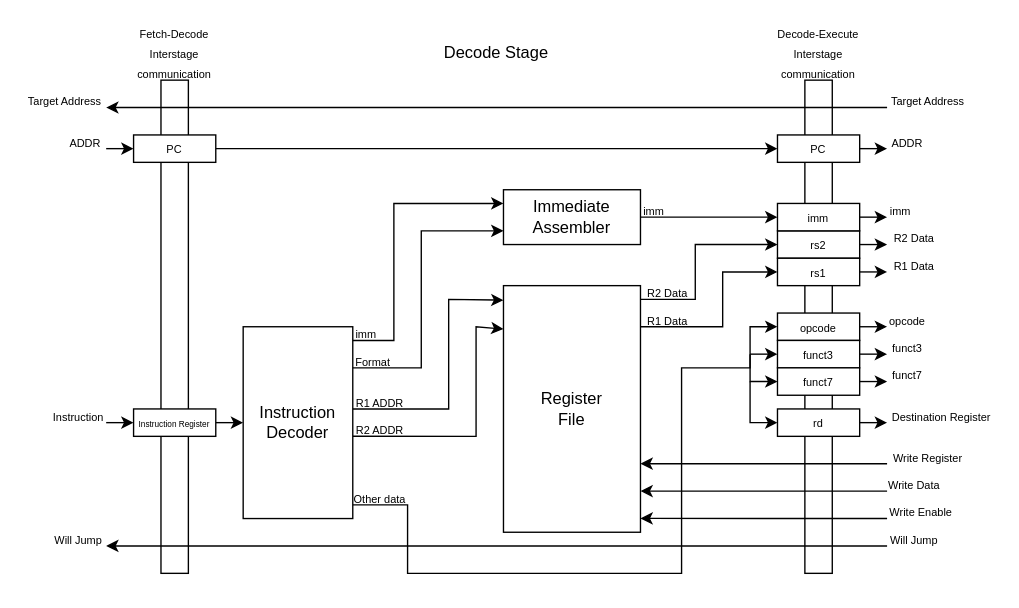
WachirawichN/C0-CPU keeps this draw.io diagram as page "Decode stage" (3 of 6) of docs/imgs/microarchitecture/multi-cycle_datapath.drawio. Above is the earlier version. Source tidied: cells renumbered, new cells numbered last; positions are measured from the earlier drawing's top-left corner, leaving out a move shared by most shapes. Both pictures are drawn from the tidied source at 137%, with x=0, y=0 at pixel (23, 25).
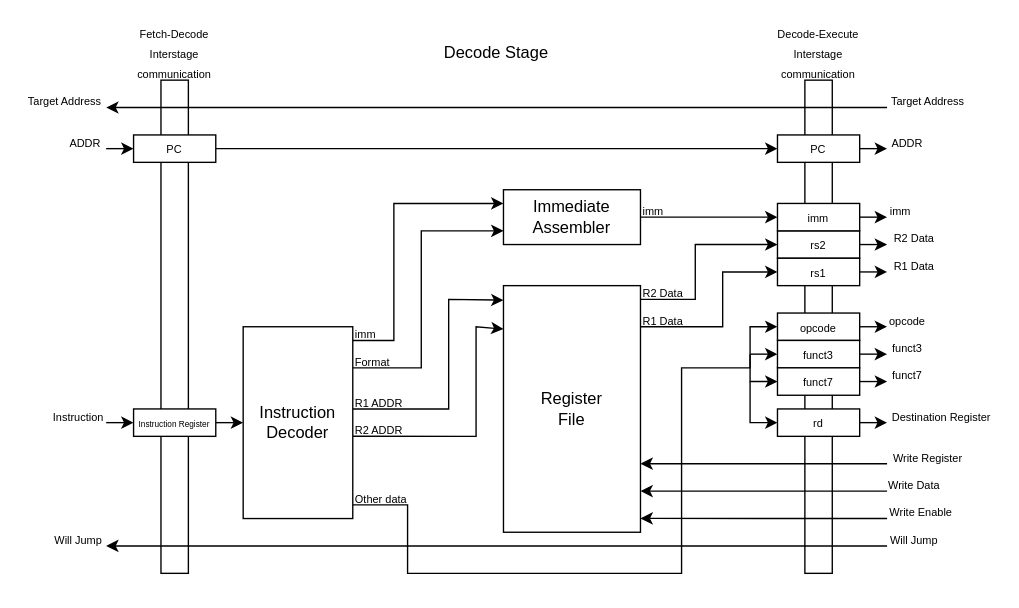
The same page after the edit.

Diff of the diagram source:
```diff
@@
-    <mxCell id="32" value="&lt;font style=&quot;font-size: 8px;&quot;&gt;imm&lt;/font&gt;" style="text;html=1;whiteSpace=wrap;strokeColor=none;fillColor=none;align=center;verticalAlign=middle;rounded=0;" parent="1" vertex="1">
+    <mxCell id="32" value="&lt;font style=&quot;font-size: 8px;&quot;&gt;imm&lt;/font&gt;" style="text;html=1;whiteSpace=wrap;strokeColor=none;fillColor=none;align=left;verticalAlign=middle;rounded=0;" parent="1" vertex="1">
       <mxGeometry x="240" y="220" width="20" height="10" as="geometry" />
     </mxCell>
-    <mxCell id="33" value="&lt;font style=&quot;font-size: 8px;&quot;&gt;Format&lt;/font&gt;" style="text;html=1;whiteSpace=wrap;strokeColor=none;fillColor=none;align=center;verticalAlign=middle;rounded=0;" parent="1" vertex="1">
+    <mxCell id="33" value="&lt;font style=&quot;font-size: 8px;&quot;&gt;Format&lt;/font&gt;" style="text;html=1;whiteSpace=wrap;strokeColor=none;fillColor=none;align=left;verticalAlign=middle;rounded=0;" parent="1" vertex="1">
       <mxGeometry x="240" y="240" width="30" height="10" as="geometry" />
     </mxCell>
@@
-    <mxCell id="36" value="&lt;font style=&quot;font-size: 8px;&quot;&gt;R1 ADDR&lt;/font&gt;" style="text;html=1;whiteSpace=wrap;strokeColor=none;fillColor=none;align=center;verticalAlign=middle;rounded=0;" parent="1" vertex="1">
+    <mxCell id="36" value="&lt;font style=&quot;font-size: 8px;&quot;&gt;R1 ADDR&lt;/font&gt;" style="text;html=1;whiteSpace=wrap;strokeColor=none;fillColor=none;align=left;verticalAlign=middle;rounded=0;" parent="1" vertex="1">
       <mxGeometry x="240" y="270" width="40" height="10" as="geometry" />
     </mxCell>
-    <mxCell id="37" value="&lt;font style=&quot;font-size: 8px;&quot;&gt;R2 ADDR&lt;/font&gt;" style="text;html=1;whiteSpace=wrap;strokeColor=none;fillColor=none;align=center;verticalAlign=middle;rounded=0;" parent="1" vertex="1">
+    <mxCell id="37" value="&lt;font style=&quot;font-size: 8px;&quot;&gt;R2 ADDR&lt;/font&gt;" style="text;html=1;whiteSpace=wrap;strokeColor=none;fillColor=none;align=left;verticalAlign=middle;rounded=0;" parent="1" vertex="1">
       <mxGeometry x="240" y="290" width="40" height="10" as="geometry" />
     </mxCell>
-    <mxCell id="38" value="&lt;font style=&quot;font-size: 8px;&quot;&gt;Other data&lt;/font&gt;" style="text;html=1;whiteSpace=wrap;strokeColor=none;fillColor=none;align=center;verticalAlign=middle;rounded=0;" parent="1" vertex="1">
+    <mxCell id="38" value="&lt;font style=&quot;font-size: 8px;&quot;&gt;Other data&lt;/font&gt;" style="text;html=1;whiteSpace=wrap;strokeColor=none;fillColor=none;align=left;verticalAlign=middle;rounded=0;" parent="1" vertex="1">
       <mxGeometry x="240" y="340" width="40" height="10" as="geometry" />
     </mxCell>
@@
-    <mxCell id="40" value="&lt;font style=&quot;font-size: 8px;&quot;&gt;imm&lt;/font&gt;" style="text;html=1;whiteSpace=wrap;strokeColor=none;fillColor=none;align=center;verticalAlign=middle;rounded=0;" parent="1" vertex="1">
+    <mxCell id="40" value="&lt;font style=&quot;font-size: 8px;&quot;&gt;imm&lt;/font&gt;" style="text;html=1;whiteSpace=wrap;strokeColor=none;fillColor=none;align=left;verticalAlign=middle;rounded=0;" parent="1" vertex="1">
       <mxGeometry x="450" y="130" width="20" height="10" as="geometry" />
     </mxCell>
@@
-    <mxCell id="42" value="&lt;font style=&quot;font-size: 8px;&quot;&gt;R1 Data&lt;/font&gt;" style="text;html=1;whiteSpace=wrap;strokeColor=none;fillColor=none;align=center;verticalAlign=middle;rounded=0;" parent="1" vertex="1">
+    <mxCell id="42" value="&lt;font style=&quot;font-size: 8px;&quot;&gt;R1 Data&lt;/font&gt;" style="text;html=1;whiteSpace=wrap;strokeColor=none;fillColor=none;align=left;verticalAlign=middle;rounded=0;" parent="1" vertex="1">
       <mxGeometry x="450" y="210" width="40" height="10" as="geometry" />
     </mxCell>
-    <mxCell id="43" value="&lt;font style=&quot;font-size: 8px;&quot;&gt;R2 Data&lt;/font&gt;" style="text;html=1;whiteSpace=wrap;strokeColor=none;fillColor=none;align=center;verticalAlign=middle;rounded=0;" parent="1" vertex="1">
+    <mxCell id="43" value="&lt;font style=&quot;font-size: 8px;&quot;&gt;R2 Data&lt;/font&gt;" style="text;html=1;whiteSpace=wrap;strokeColor=none;fillColor=none;align=left;verticalAlign=middle;rounded=0;" parent="1" vertex="1">
       <mxGeometry x="450" y="190" width="40" height="10" as="geometry" />
     </mxCell>
```
